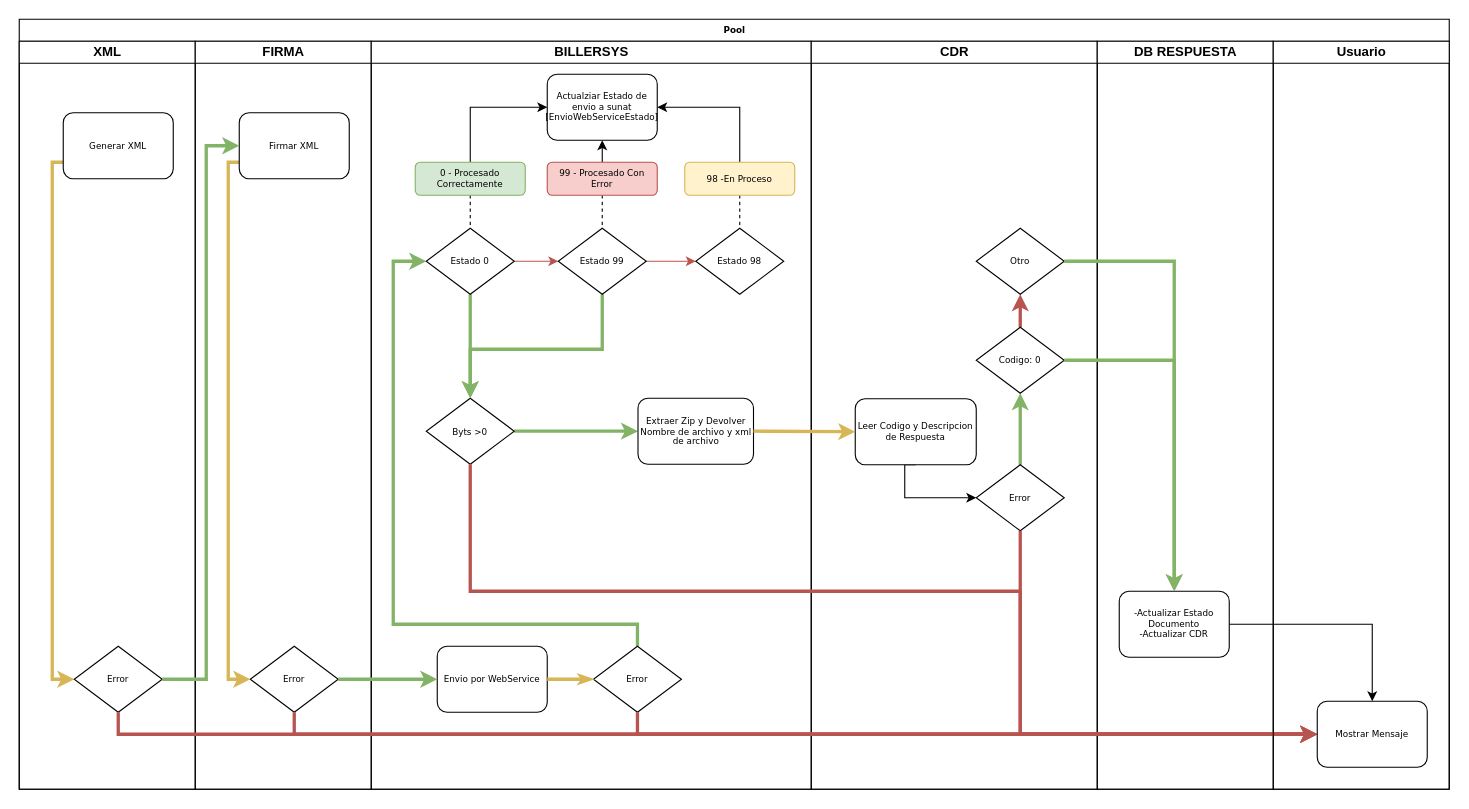
Above: ProcesoSunat.drawio in mlozadad/mlozadad.github.io (draw.io), before the change. Source tidied: cells renumbered, new cells numbered last; positions are measured from the earlier drawing's top-left corner, leaving out a move shared by most shapes. Both pictures are drawn from the tidied source at 110%, with x=0, y=0 at pixel (19, 19).
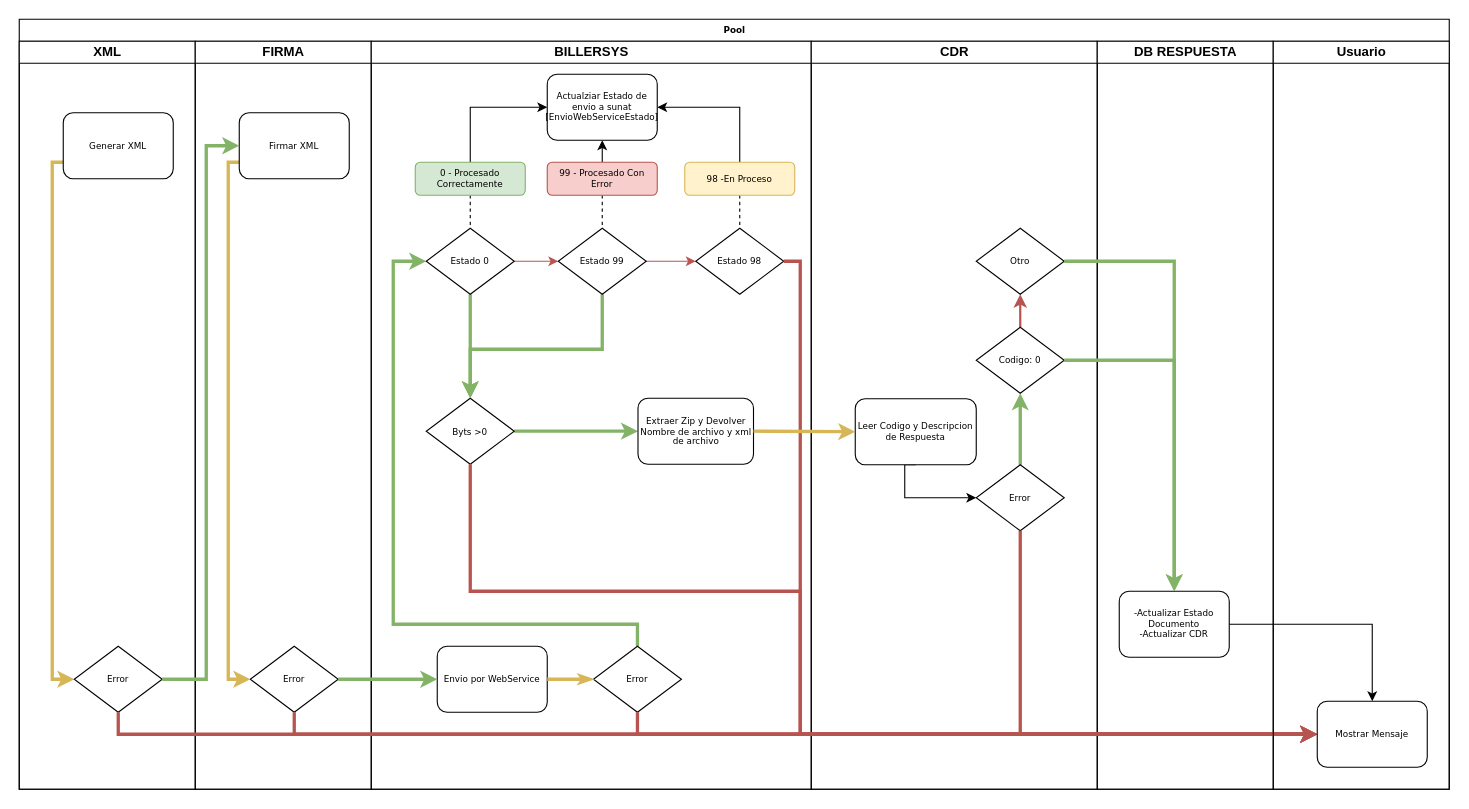
Above is the later version.

Unchanged cells that the change refers to:
```xml
<mxCell id="2" value="Pool" style="swimlane;html=1;startSize=20;rounded=0;shadow=0;labelBackgroundColor=none;strokeColor=#000000;strokeWidth=1;fillColor=#ffffff;fontFamily=Verdana;fontSize=8;fontColor=#000000;align=center;" parent="1" vertex="1">
  <mxGeometry width="1300" height="700" as="geometry" />
</mxCell>
<mxCell id="11" value="BILLERSYS" style="swimlane;html=1;startSize=20;" parent="2" vertex="1">
  <mxGeometry x="320" y="20" width="400" height="680" as="geometry" />
</mxCell>
<mxCell id="20" value="Byts &amp;gt;0" style="rhombus;whiteSpace=wrap;html=1;rounded=0;shadow=0;labelBackgroundColor=none;strokeColor=#000000;strokeWidth=1;fillColor=#ffffff;fontFamily=Verdana;fontSize=8;fontColor=#000000;align=center;" parent="11" vertex="1">
  <mxGeometry x="50" y="324.5" width="80" height="60" as="geometry" />
</mxCell>
<mxCell id="25" value="Estado 98" style="rhombus;whiteSpace=wrap;html=1;rounded=0;shadow=0;labelBackgroundColor=none;strokeColor=#000000;strokeWidth=1;fillColor=#ffffff;fontFamily=Verdana;fontSize=8;fontColor=#000000;align=center;" parent="11" vertex="1">
  <mxGeometry x="295" y="170" width="80" height="60" as="geometry" />
</mxCell>
<mxCell id="36" value="CDR" style="swimlane;html=1;startSize=20;" parent="2" vertex="1">
  <mxGeometry x="720" y="20" width="260" height="680" as="geometry" />
</mxCell>
<mxCell id="41" value="Codigo: 0" style="rhombus;whiteSpace=wrap;html=1;rounded=0;shadow=0;labelBackgroundColor=none;strokeColor=#000000;strokeWidth=1;fillColor=#ffffff;fontFamily=Verdana;fontSize=8;fontColor=#000000;align=center;" parent="36" vertex="1">
  <mxGeometry x="150" y="260" width="80" height="60" as="geometry" />
</mxCell>
<mxCell id="42" value="Otro" style="rhombus;whiteSpace=wrap;html=1;rounded=0;shadow=0;labelBackgroundColor=none;strokeColor=#000000;strokeWidth=1;fillColor=#ffffff;fontFamily=Verdana;fontSize=8;fontColor=#000000;align=center;" parent="36" vertex="1">
  <mxGeometry x="150" y="170" width="80" height="60" as="geometry" />
</mxCell>
<mxCell id="58" value="Mostrar Mensaje" style="rounded=1;whiteSpace=wrap;html=1;shadow=0;labelBackgroundColor=none;strokeColor=#000000;strokeWidth=1;fillColor=#ffffff;fontFamily=Verdana;fontSize=8;fontColor=#000000;align=center;" parent="57" vertex="1">
  <mxGeometry x="40" y="600" width="100" height="60" as="geometry" />
</mxCell>
```

Diff of the diagram source:
```diff
@@
+    <mxCell id="59" style="edgeStyle=orthogonalEdgeStyle;rounded=0;jettySize=auto;html=1;entryX=0;entryY=0.5;entryDx=0;entryDy=0;fillColor=#f8cecc;strokeColor=#b85450;strokeWidth=3;" parent="11" edge="1" source="25" target="58">
+      <mxGeometry relative="1" as="geometry">
+        <Array as="points">
+          <mxPoint x="390" y="200" />
+          <mxPoint x="390" y="630" />
+        </Array>
+      </mxGeometry>
+    </mxCell>
@@
-    <mxCell id="40" style="edgeStyle=orthogonalEdgeStyle;rounded=0;jettySize=auto;html=1;strokeWidth=3;fillColor=#f8cecc;strokeColor=#b85450;" parent="36" edge="1" source="41" target="42">
+    <mxCell id="40" style="edgeStyle=orthogonalEdgeStyle;rounded=0;jettySize=auto;html=1;strokeWidth=2;fillColor=#f8cecc;strokeColor=#b85450;" parent="36" edge="1" source="41" target="42">
       <mxGeometry relative="1" as="geometry" />
     </mxCell>
@@
     <mxCell id="55" style="edgeStyle=orthogonalEdgeStyle;rounded=0;jettySize=auto;html=1;exitX=0.5;exitY=1;exitDx=0;exitDy=0;entryX=0;entryY=0.5;entryDx=0;entryDy=0;endArrow=classic;endFill=1;strokeWidth=3;fillColor=#f8cecc;strokeColor=#b85450;" parent="2" edge="1" source="20" target="58">
       <mxGeometry relative="1" as="geometry">
         <Array as="points">
           <mxPoint x="410" y="520" />
-          <mxPoint x="910" y="520" />
-          <mxPoint x="910" y="650" />
+          <mxPoint x="710" y="520" />
+          <mxPoint x="710" y="650" />
         </Array>
       </mxGeometry>
     </mxCell>
```
